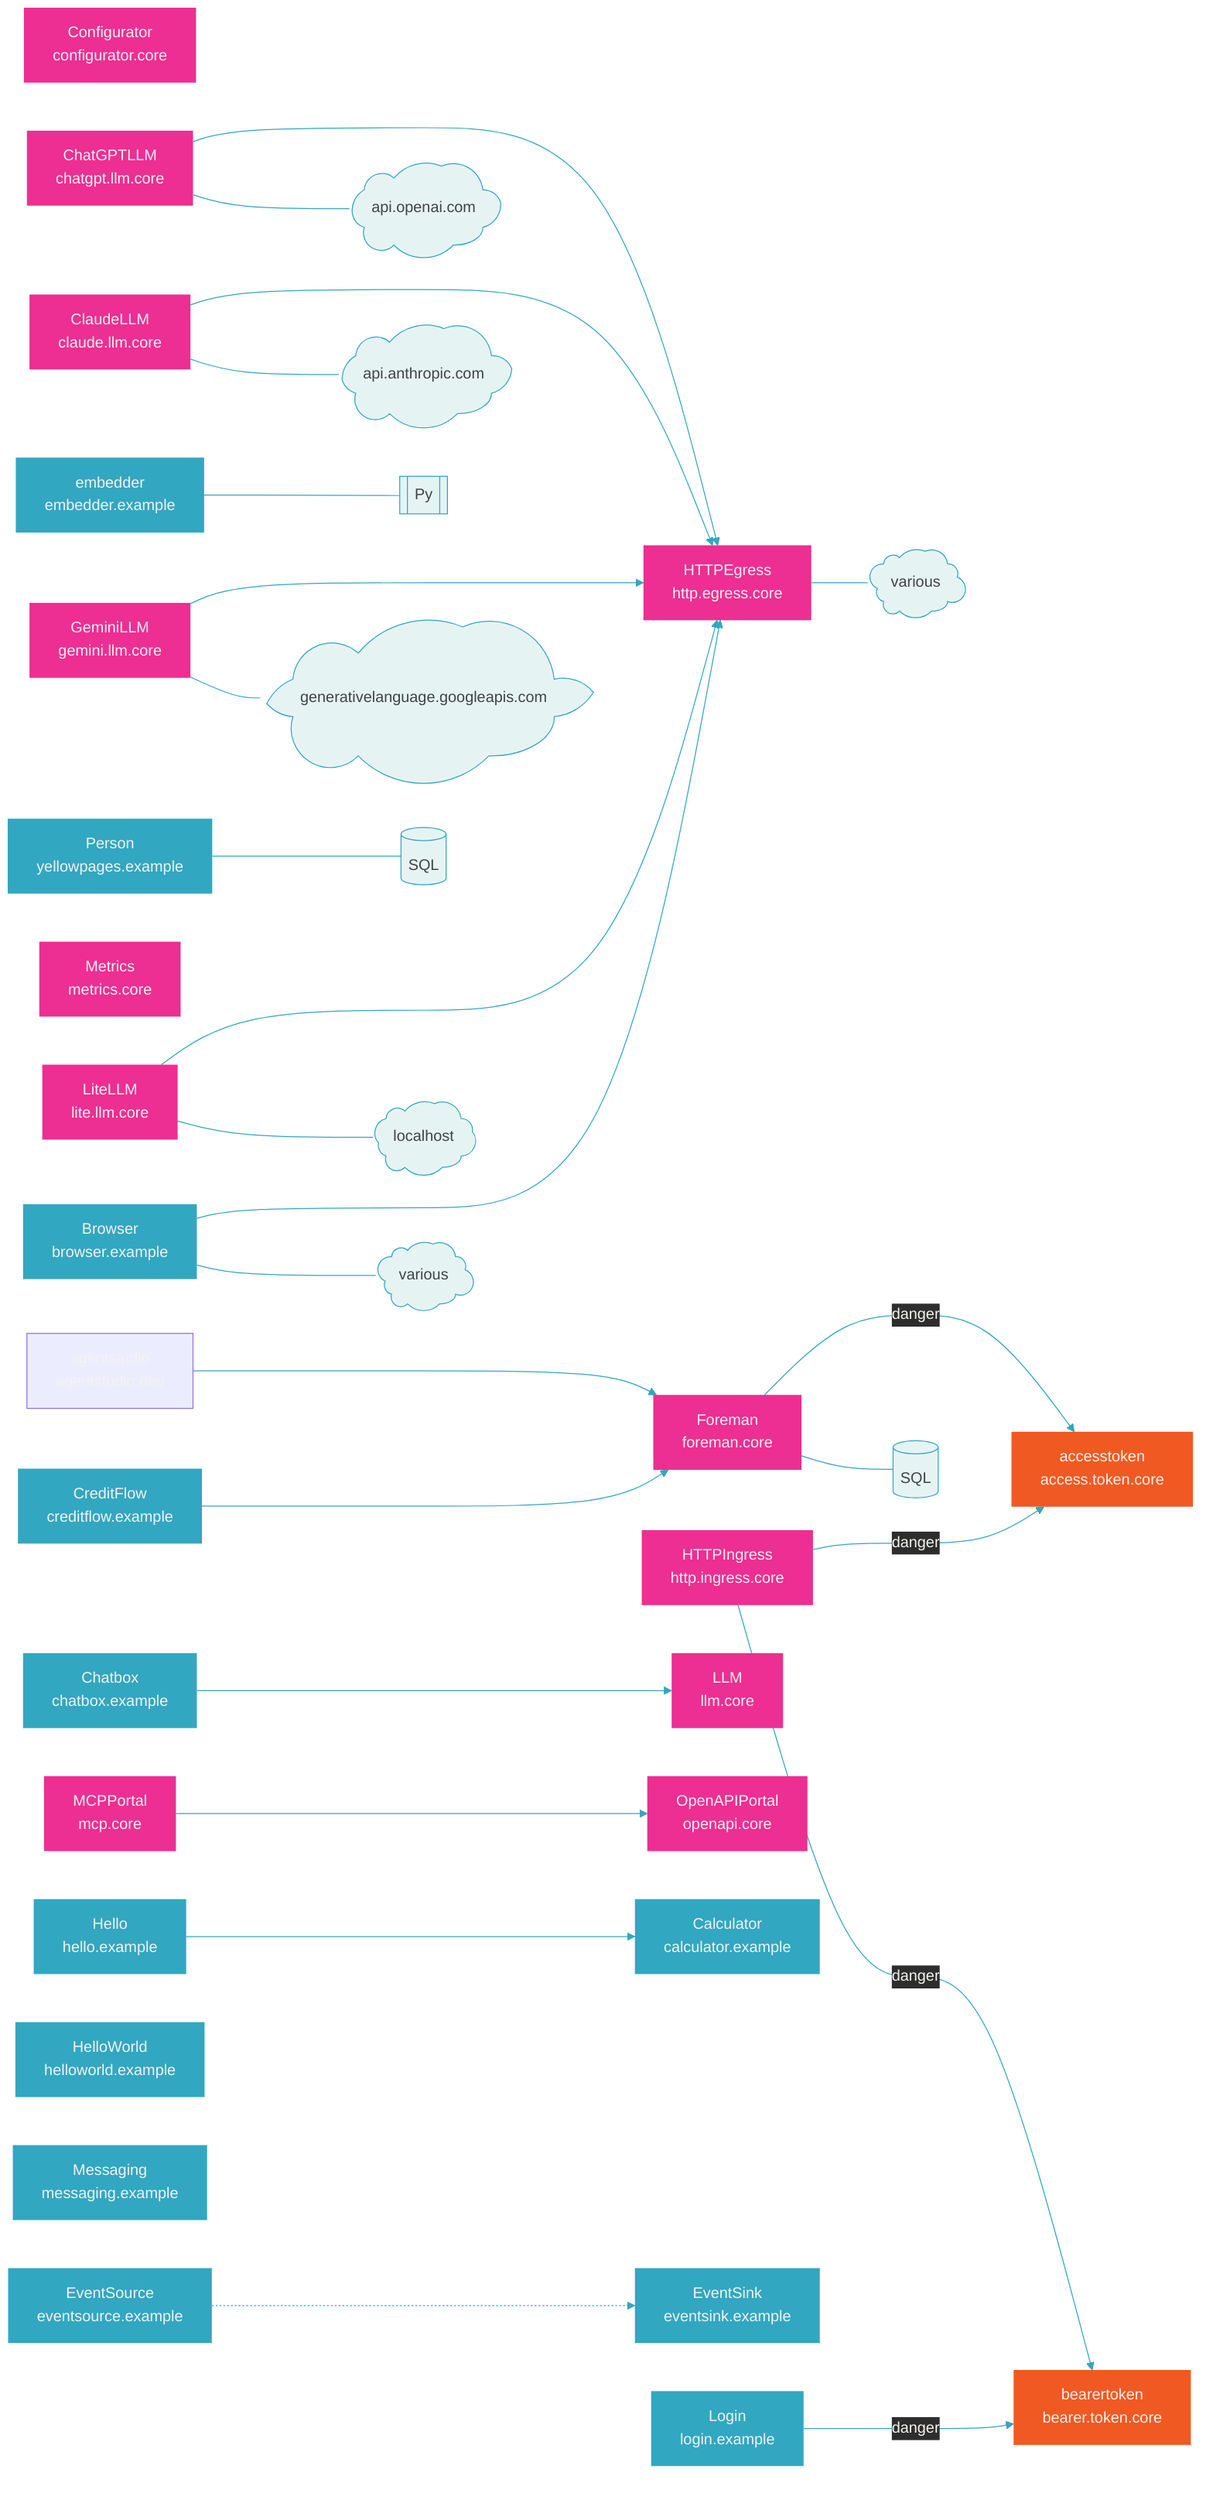
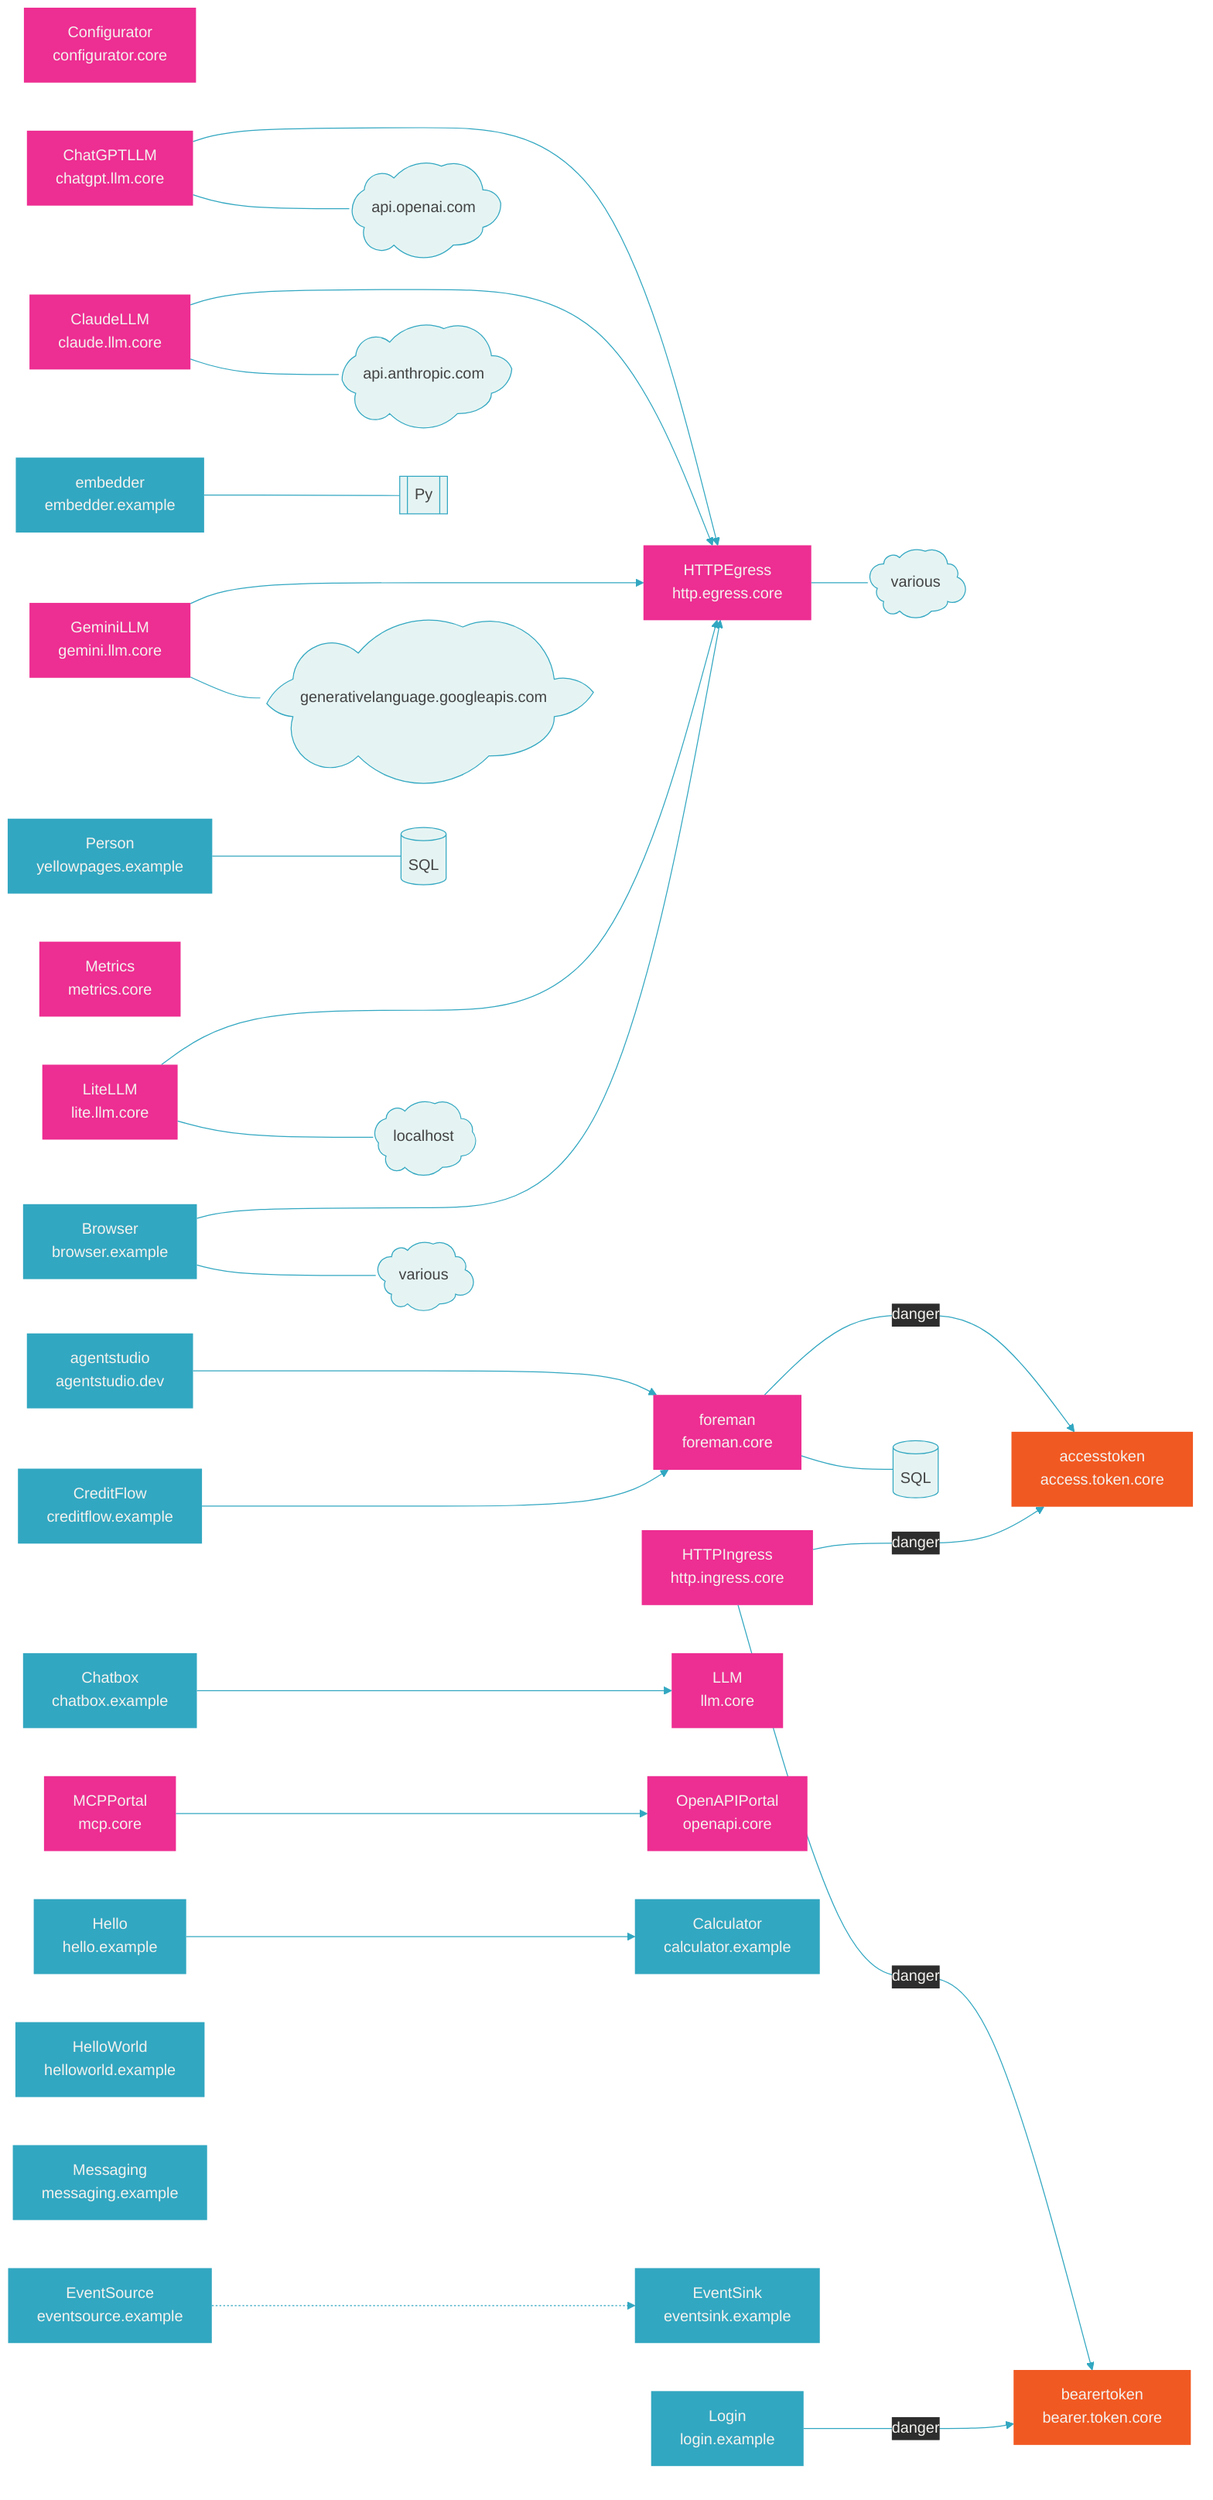
%%{init: {'themeVariables': {'lineColor': '#32a7c1', 'edgeLabelBackground': '#2d2d2d', 'textColor': '#f4f2ef'}}}%%
graph LR
    classDef core fill:#ed2e92,color:#f4f2ef,stroke-width:0px
    classDef svc fill:#32a7c1,color:#f4f2ef,stroke-width:0px
    classDef danger fill:#f15922,color:#f4f2ef,stroke-width:0px
    classDef ext fill:#e5f4f3,color:#434343,stroke:#32a7c1

    configurator.core[Configurator<br>configurator.core]
    http.egress.core[HTTPEgress<br>http.egress.core] --- http.egress.core.cloud@{shape: cloud, label: "various"}
-     foreman.core[Foreman<br>foreman.core] --->|danger| access.token.core[accesstoken<br>access.token.core]
+     foreman.core[foreman<br>foreman.core] --->|danger| access.token.core[accesstoken<br>access.token.core]
    foreman.core --- foreman.core.db[(SQL)]
    http.ingress.core[HTTPIngress<br>http.ingress.core] --->|danger| access.token.core
    http.ingress.core --->|danger| bearer.token.core[bearertoken<br>bearer.token.core]
    llm.core[LLM<br>llm.core]
    chatgpt.llm.core[ChatGPTLLM<br>chatgpt.llm.core] ---> http.egress.core
    chatgpt.llm.core --- chatgpt.llm.core.cloud@{shape: cloud, label: "api.openai.com"}
    claude.llm.core[ClaudeLLM<br>claude.llm.core] ---> http.egress.core
    claude.llm.core --- claude.llm.core.cloud@{shape: cloud, label: "api.anthropic.com"}
    gemini.llm.core[GeminiLLM<br>gemini.llm.core] ---> http.egress.core
    gemini.llm.core --- gemini.llm.core.cloud@{shape: cloud, label: "generativelanguage.googleapis.com"}
    lite.llm.core[LiteLLM<br>lite.llm.core] ---> http.egress.core
    lite.llm.core --- lite.llm.core.cloud@{shape: cloud, label: "localhost"}
    mcp.core[MCPPortal<br>mcp.core] ---> openapi.core[OpenAPIPortal<br>openapi.core]
    metrics.core[Metrics<br>metrics.core]
    agentstudio.dev[agentstudio<br>agentstudio.dev] ---> foreman.core
    browser.example[Browser<br>browser.example] ---> http.egress.core
    browser.example --- browser.example.cloud@{shape: cloud, label: "various"}
    calculator.example[Calculator<br>calculator.example]
    chatbox.example[Chatbox<br>chatbox.example] ---> llm.core
    creditflow.example[CreditFlow<br>creditflow.example] ---> foreman.core
    embedder.example[embedder<br>embedder.example] --- embedder.example.py[[Py]]
    eventsource.example[EventSource<br>eventsource.example] -..-> eventsink.example[EventSink<br>eventsink.example]
    hello.example[Hello<br>hello.example] ---> calculator.example
    helloworld.example[HelloWorld<br>helloworld.example]
    login.example[Login<br>login.example] --->|danger| bearer.token.core
    messaging.example[Messaging<br>messaging.example]
    yellowpages.example[Person<br>yellowpages.example] --- yellowpages.example.db[(SQL)]

-     class browser.example,calculator.example,chatbox.example,creditflow.example,embedder.example,eventsink.example,eventsource.example,hello.example,helloworld.example,login.example,messaging.example,yellowpages.example svc
+     class agentstudio.dev,browser.example,calculator.example,chatbox.example,creditflow.example,embedder.example,eventsink.example,eventsource.example,hello.example,helloworld.example,login.example,messaging.example,yellowpages.example svc
    class configurator.core,http.egress.core,foreman.core,http.ingress.core,llm.core,chatgpt.llm.core,claude.llm.core,gemini.llm.core,lite.llm.core,mcp.core,metrics.core,openapi.core core
    class access.token.core,bearer.token.core danger
    class http.egress.core.cloud,foreman.core.db,chatgpt.llm.core.cloud,claude.llm.core.cloud,gemini.llm.core.cloud,lite.llm.core.cloud,browser.example.cloud,embedder.example.py,yellowpages.example.db ext
